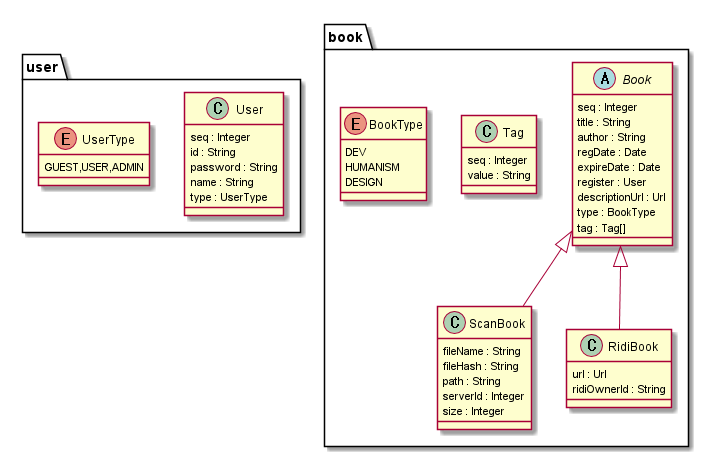
Earlier version of the PlantUML export uml/all-class-diagram.png (glqdlt/myhome-manager). Source of this version:
```plantuml
@startuml

package user{
class User {
    seq : Integer
    id : String
    password : String
    name : String
    type : UserType
}

enum UserType{
    GUEST,USER,ADMIN
}
}
package book {
abstract class Book{
    seq : Integer
    title : String
    author : String
    regDate : Date
    expireDate : Date
    register : User
    descriptionUrl : Url
    type : BookType
    tag : Tag[]
}

class Tag {
    seq : Integer
    value : String
}
Book <|-- ScanBook
Book <|-- RidiBook

class ScanBook{
    fileName : String
    fileHash : String
    path : String
    serverId : Integer
    size : Integer
}

class RidiBook{
    url : Url
    ridiOwnerId : String
}

enum BookType {
    DEV
    HUMANISM
    DESIGN
}
}

@enduml
```
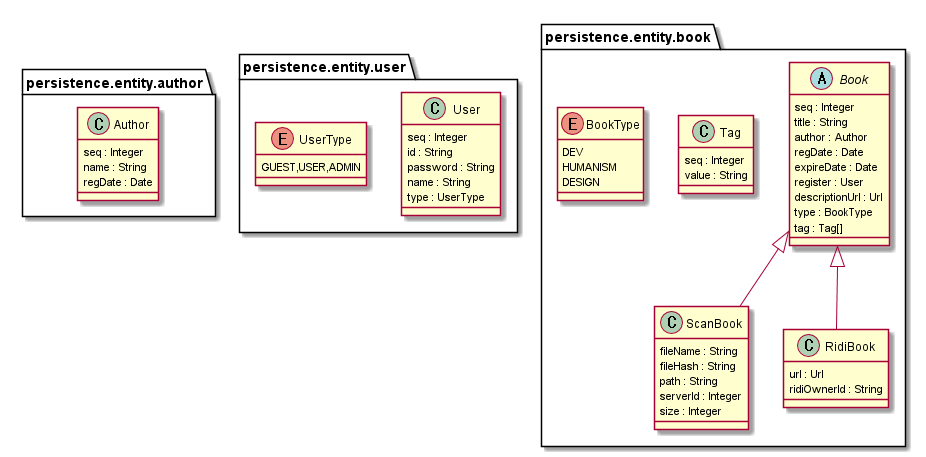
Above is the later version.

The edit, as a diff of the source:
```diff
@@ -1,6 +1,15 @@
 @startuml
 
-package user{
+
+package persistence.entity.author{
+    class Author{
+        seq : Integer
+        name : String
+        regDate : Date
+    }
+}
+
+package persistence.entity.user{
 class User {
     seq : Integer
     id : String
@@ -13,11 +22,11 @@
     GUEST,USER,ADMIN
 }
 }
-package book {
+package persistence.entity.book {
 abstract class Book{
     seq : Integer
     title : String
-    author : String
+    author : Author
     regDate : Date
     expireDate : Date
     register : User
```
